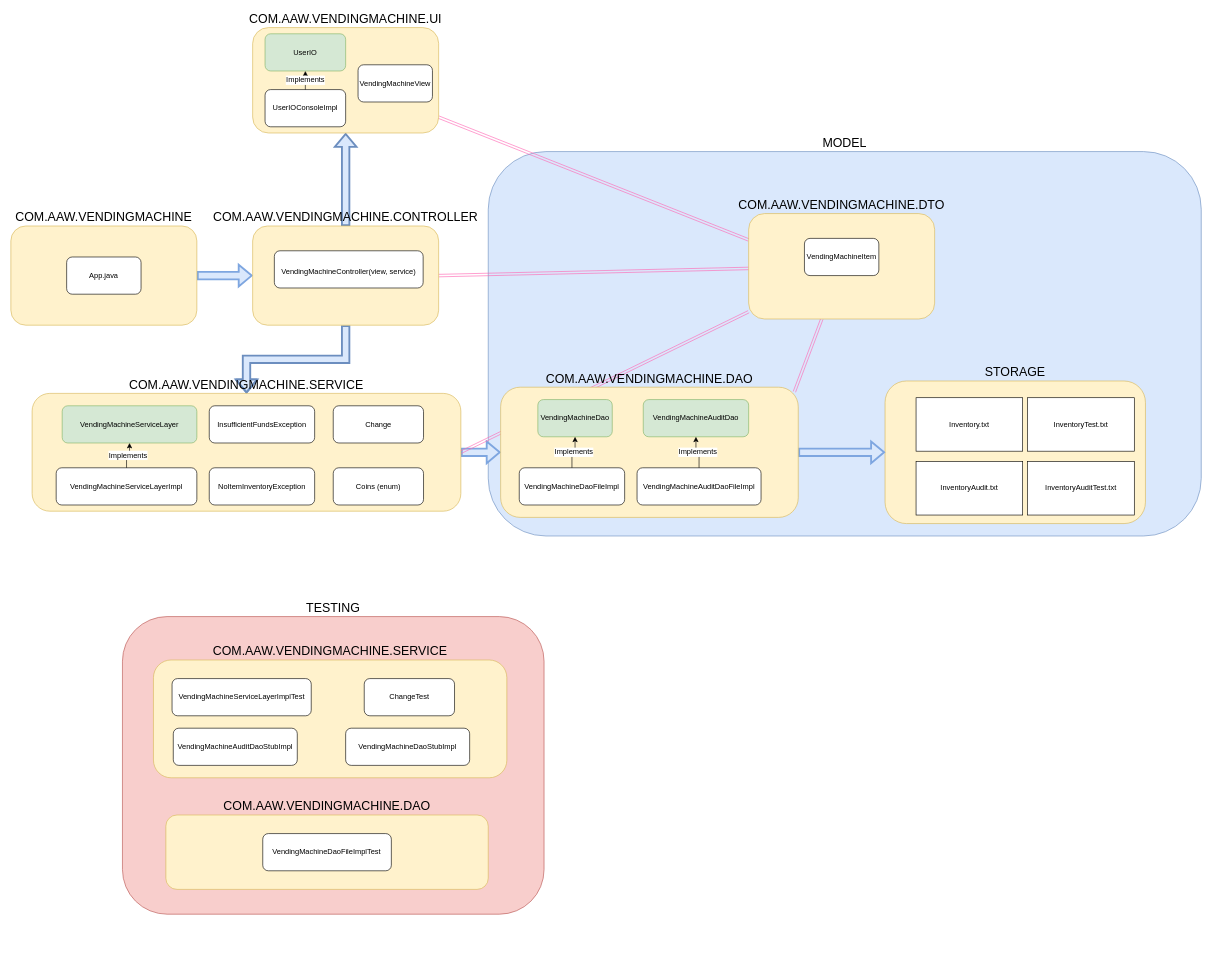
The-Software-Guild/vending-machine-assessment-austinwongdev keeps this draw.io diagram as page "Design" (1 of 4) of VendingMachineDesign.drawio. Above is the earlier version. Source tidied: cells renumbered, new cells numbered last; positions are measured from the earlier drawing's top-left corner, leaving out a move shared by most shapes. Both pictures are drawn from the tidied source at 62%, with x=0, y=0 at pixel (11, 27).
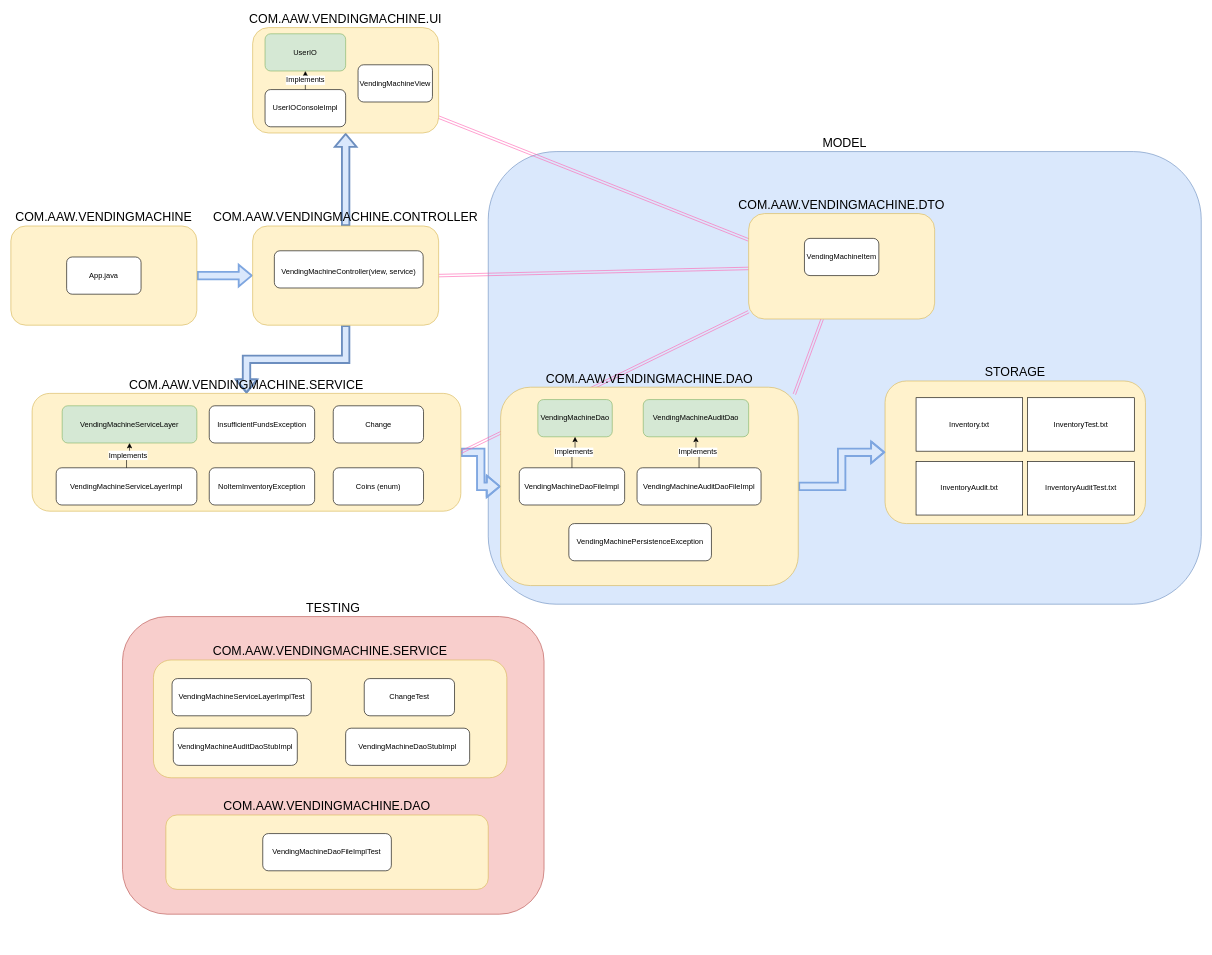
Above is the later version.

The edit, as a diff of the source:
```diff
@@
     <mxCell id="2" value="&lt;font style=&quot;font-size: 20px&quot;&gt;MODEL&lt;/font&gt;" style="rounded=1;whiteSpace=wrap;html=1;fontSize=12;labelPosition=center;verticalLabelPosition=top;align=center;verticalAlign=bottom;fillColor=#dae8fc;strokeColor=#6c8ebf;" parent="1" vertex="1">
-      <mxGeometry x="770" y="200" width="1150" height="620" as="geometry" />
+      <mxGeometry x="770" y="200" width="1150" height="730" as="geometry" />
     </mxCell>
@@
     <mxCell id="30" style="group;" parent="18" vertex="1">
-      <mxGeometry x="790" y="580" width="690" height="210" as="geometry" />
+      <mxGeometry x="790" y="580" width="690" height="320" as="geometry" />
     </mxCell>
     <mxCell id="31" value="&lt;font style=&quot;font-size: 20px&quot;&gt;COM.AAW.VENDINGMACHINE.DAO&lt;/font&gt;" style="rounded=1;whiteSpace=wrap;html=1;fillColor=#fff2cc;strokeColor=#d6b656;labelPosition=center;verticalLabelPosition=top;align=center;verticalAlign=bottom;" parent="30" vertex="1">
-      <mxGeometry width="480" height="210" as="geometry" />
+      <mxGeometry width="480" height="320" as="geometry" />
     </mxCell>
@@
+    <mxCell id="64" value="VendingMachinePersistenceException" style="rounded=1;whiteSpace=wrap;html=1;fontFamily=Helvetica;fontSize=12;fontColor=#000000;align=center;strokeColor=#000000;fillColor=#ffffff;" parent="30" vertex="1">
+      <mxGeometry x="110" y="220" width="230" height="60" as="geometry" />
+    </mxCell>
```
